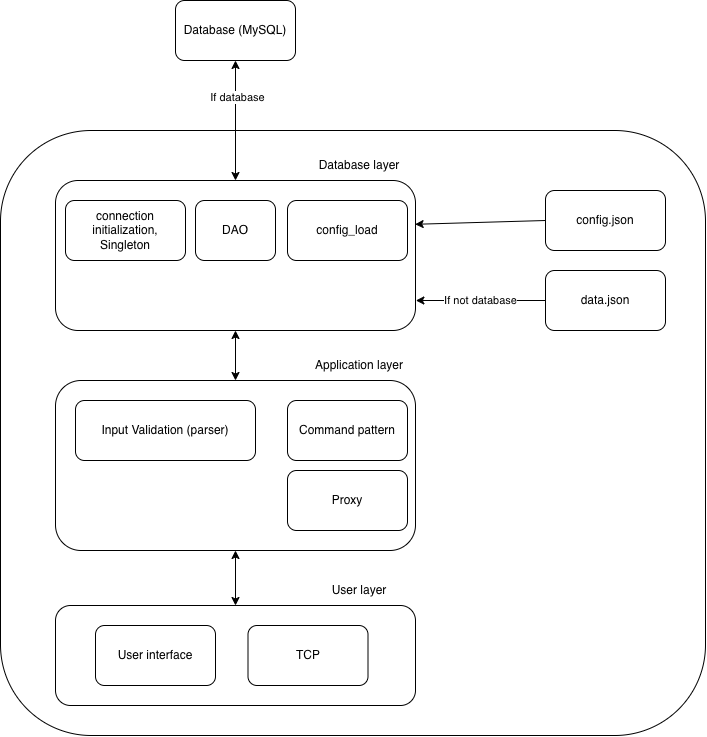
Bendy545/P2P-bank-system keeps this draw.io diagram as doc/app_design.png. Above is the earlier version. Source tidied: cells renumbered, new cells last; positions are measured from the earlier drawing's top-left corner, leaving out a move shared by most shapes. Source of this version:
```xml
<mxGraphModel>
  <root>
    <mxCell id="0" />
    <mxCell id="1" parent="0" />
    <mxCell id="2" style="rounded=1;whiteSpace=wrap;html=1;" parent="1" vertex="1">
      <mxGeometry y="130" width="705" height="605" as="geometry" />
    </mxCell>
    <mxCell id="3" style="rounded=1;whiteSpace=wrap;html=1;" parent="1" vertex="1">
      <mxGeometry x="55" y="180" width="360" height="150" as="geometry" />
    </mxCell>
    <mxCell id="4" value="Database layer" style="text;html=1;whiteSpace=wrap;strokeColor=none;fillColor=none;align=center;verticalAlign=middle;rounded=0;" parent="1" vertex="1">
      <mxGeometry x="311" y="150" width="96" height="30" as="geometry" />
    </mxCell>
    <mxCell id="5" style="rounded=1;whiteSpace=wrap;html=1;" parent="1" vertex="1">
      <mxGeometry x="55" y="380" width="360" height="170" as="geometry" />
    </mxCell>
    <mxCell id="6" value="Application layer" style="text;html=1;whiteSpace=wrap;strokeColor=none;fillColor=none;align=center;verticalAlign=middle;rounded=0;" parent="1" vertex="1">
      <mxGeometry x="311" y="350" width="96" height="30" as="geometry" />
    </mxCell>
    <mxCell id="7" style="rounded=1;whiteSpace=wrap;html=1;" parent="1" vertex="1">
      <mxGeometry x="55" y="605" width="360" height="100" as="geometry" />
    </mxCell>
    <mxCell id="8" value="User layer" style="text;html=1;whiteSpace=wrap;strokeColor=none;fillColor=none;align=center;verticalAlign=middle;rounded=0;" parent="1" vertex="1">
      <mxGeometry x="311" y="575" width="96" height="30" as="geometry" />
    </mxCell>
    <mxCell id="9" value="Database (MySQL)" style="rounded=1;whiteSpace=wrap;html=1;" parent="1" vertex="1">
      <mxGeometry x="175" width="120" height="60" as="geometry" />
    </mxCell>
    <mxCell id="10" style="endArrow=classic;startArrow=classic;html=1;rounded=0;exitX=0.5;exitY=0;exitDx=0;exitDy=0;entryX=0.5;entryY=1;entryDx=0;entryDy=0;" parent="1" edge="1" source="3" target="9">
      <mxGeometry relative="1" as="geometry" />
    </mxCell>
    <mxCell id="11" value="If database" style="edgeLabel;html=1;align=center;verticalAlign=middle;" parent="10" vertex="1">
      <mxGeometry x="0.4" y="-1" relative="1" as="geometry" />
    </mxCell>
    <mxCell id="12" value="config.json" style="rounded=1;whiteSpace=wrap;html=1;" parent="1" vertex="1">
      <mxGeometry x="545" y="190" width="120" height="60" as="geometry" />
    </mxCell>
    <mxCell id="13" style="endArrow=classic;html=1;rounded=0;entryX=0.999;entryY=0.292;entryDx=0;entryDy=0;exitX=0;exitY=0.5;exitDx=0;exitDy=0;entryPerimeter=0;" parent="1" edge="1" source="12" target="3">
      <mxGeometry relative="1" as="geometry" />
    </mxCell>
    <mxCell id="14" value="config_load" style="rounded=1;whiteSpace=wrap;html=1;" parent="1" vertex="1">
      <mxGeometry x="287" y="200" width="120" height="60" as="geometry" />
    </mxCell>
    <mxCell id="15" value="DAO" style="rounded=1;whiteSpace=wrap;html=1;" parent="1" vertex="1">
      <mxGeometry x="195" y="200" width="80" height="60" as="geometry" />
    </mxCell>
    <mxCell id="16" value="connection initialization,&lt;div&gt;Singleton&lt;/div&gt;" style="rounded=1;whiteSpace=wrap;html=1;" parent="1" vertex="1">
      <mxGeometry x="65" y="200" width="120" height="60" as="geometry" />
    </mxCell>
    <mxCell id="17" style="endArrow=classic;startArrow=classic;html=1;rounded=0;entryX=0.5;entryY=1;entryDx=0;entryDy=0;exitX=0.5;exitY=0;exitDx=0;exitDy=0;" parent="1" edge="1" source="5" target="3">
      <mxGeometry relative="1" as="geometry" />
    </mxCell>
    <mxCell id="18" value="Command pattern" style="rounded=1;whiteSpace=wrap;html=1;" parent="1" vertex="1">
      <mxGeometry x="287" y="400" width="120" height="60" as="geometry" />
    </mxCell>
    <mxCell id="19" value="Input Validation (parser)" style="rounded=1;whiteSpace=wrap;html=1;" parent="1" vertex="1">
      <mxGeometry x="75" y="400" width="180" height="60" as="geometry" />
    </mxCell>
    <mxCell id="20" value="TCP" style="rounded=1;whiteSpace=wrap;html=1;" parent="1" vertex="1">
      <mxGeometry x="247.5" y="625" width="120" height="60" as="geometry" />
    </mxCell>
    <mxCell id="21" value="User interface" style="rounded=1;whiteSpace=wrap;html=1;" parent="1" vertex="1">
      <mxGeometry x="95" y="625" width="120" height="60" as="geometry" />
    </mxCell>
    <mxCell id="22" style="endArrow=classic;startArrow=classic;html=1;rounded=0;exitX=0.5;exitY=0;exitDx=0;exitDy=0;entryX=0.5;entryY=1;entryDx=0;entryDy=0;" parent="1" edge="1" source="7" target="5">
      <mxGeometry relative="1" as="geometry" />
    </mxCell>
    <mxCell id="23" value="data.json" style="rounded=1;whiteSpace=wrap;html=1;" parent="1" vertex="1">
      <mxGeometry x="545" y="270" width="120" height="60" as="geometry" />
    </mxCell>
    <mxCell id="24" value="If not database" style="edgeStyle=orthogonalEdgeStyle;rounded=0;jettySize=auto;html=1;exitX=0;exitY=0.5;exitDx=0;exitDy=0;entryX=1.001;entryY=0.8;entryDx=0;entryDy=0;entryPerimeter=0;" parent="1" edge="1" source="23" target="3">
      <mxGeometry relative="1" as="geometry" />
    </mxCell>
    <mxCell id="25" value="Proxy" style="rounded=1;whiteSpace=wrap;html=1;" parent="1" vertex="1">
      <mxGeometry x="287" y="470" width="120" height="60" as="geometry" />
    </mxCell>
  </root>
</mxGraphModel>
```
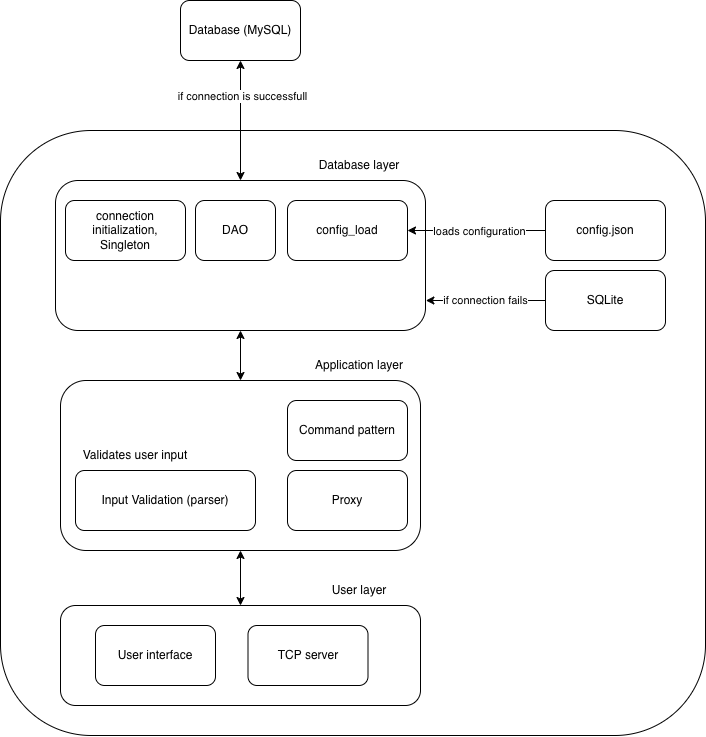
After the commit.

Change to the diagram source:
```diff
@@ -6,38 +6,43 @@
       <mxGeometry y="130" width="705" height="605" as="geometry" />
     </mxCell>
     <mxCell id="3" style="rounded=1;whiteSpace=wrap;html=1;" parent="1" vertex="1">
-      <mxGeometry x="55" y="180" width="360" height="150" as="geometry" />
+      <mxGeometry x="55" y="180" width="370" height="150" as="geometry" />
     </mxCell>
     <mxCell id="4" value="Database layer" style="text;html=1;whiteSpace=wrap;strokeColor=none;fillColor=none;align=center;verticalAlign=middle;rounded=0;" parent="1" vertex="1">
       <mxGeometry x="311" y="150" width="96" height="30" as="geometry" />
     </mxCell>
     <mxCell id="5" style="rounded=1;whiteSpace=wrap;html=1;" parent="1" vertex="1">
-      <mxGeometry x="55" y="380" width="360" height="170" as="geometry" />
+      <mxGeometry x="60" y="380" width="360" height="170" as="geometry" />
     </mxCell>
     <mxCell id="6" value="Application layer" style="text;html=1;whiteSpace=wrap;strokeColor=none;fillColor=none;align=center;verticalAlign=middle;rounded=0;" parent="1" vertex="1">
       <mxGeometry x="311" y="350" width="96" height="30" as="geometry" />
     </mxCell>
     <mxCell id="7" style="rounded=1;whiteSpace=wrap;html=1;" parent="1" vertex="1">
-      <mxGeometry x="55" y="605" width="360" height="100" as="geometry" />
+      <mxGeometry x="60" y="605" width="360" height="100" as="geometry" />
     </mxCell>
     <mxCell id="8" value="User layer" style="text;html=1;whiteSpace=wrap;strokeColor=none;fillColor=none;align=center;verticalAlign=middle;rounded=0;" parent="1" vertex="1">
       <mxGeometry x="311" y="575" width="96" height="30" as="geometry" />
     </mxCell>
     <mxCell id="9" value="Database (MySQL)" style="rounded=1;whiteSpace=wrap;html=1;" parent="1" vertex="1">
-      <mxGeometry x="175" width="120" height="60" as="geometry" />
+      <mxGeometry x="180" width="120" height="60" as="geometry" />
     </mxCell>
     <mxCell id="10" style="endArrow=classic;startArrow=classic;html=1;rounded=0;exitX=0.5;exitY=0;exitDx=0;exitDy=0;entryX=0.5;entryY=1;entryDx=0;entryDy=0;" parent="1" edge="1" source="3" target="9">
       <mxGeometry relative="1" as="geometry" />
     </mxCell>
-    <mxCell id="11" value="If database" style="edgeLabel;html=1;align=center;verticalAlign=middle;" parent="10" vertex="1">
+    <mxCell id="11" value="if connection is successfull" style="edgeLabel;html=1;align=center;verticalAlign=middle;" parent="10" vertex="1">
       <mxGeometry x="0.4" y="-1" relative="1" as="geometry" />
     </mxCell>
     <mxCell id="12" value="config.json" style="rounded=1;whiteSpace=wrap;html=1;" parent="1" vertex="1">
-      <mxGeometry x="545" y="190" width="120" height="60" as="geometry" />
+      <mxGeometry x="545" y="200" width="120" height="60" as="geometry" />
     </mxCell>
-    <mxCell id="13" style="endArrow=classic;html=1;rounded=0;entryX=0.999;entryY=0.292;entryDx=0;entryDy=0;exitX=0;exitY=0.5;exitDx=0;exitDy=0;entryPerimeter=0;" parent="1" edge="1" source="12" target="3">
+    <mxCell id="13" style="endArrow=classic;html=1;rounded=0;entryX=1;entryY=0.5;entryDx=0;entryDy=0;exitX=0;exitY=0.5;exitDx=0;exitDy=0;" parent="1" edge="1" source="12" target="14">
       <mxGeometry relative="1" as="geometry" />
     </mxCell>
+    <mxCell id="26" value="loads configuration" style="edgeLabel;html=1;align=center;verticalAlign=middle;" parent="13" vertex="1">
+      <mxGeometry x="0.33" y="-1" relative="1" as="geometry">
+        <mxPoint x="25" y="1" as="offset" />
+      </mxGeometry>
+    </mxCell>
     <mxCell id="14" value="config_load" style="rounded=1;whiteSpace=wrap;html=1;" parent="1" vertex="1">
       <mxGeometry x="287" y="200" width="120" height="60" as="geometry" />
     </mxCell>
@@ -54,9 +59,9 @@
       <mxGeometry x="287" y="400" width="120" height="60" as="geometry" />
     </mxCell>
     <mxCell id="19" value="Input Validation (parser)" style="rounded=1;whiteSpace=wrap;html=1;" parent="1" vertex="1">
-      <mxGeometry x="75" y="400" width="180" height="60" as="geometry" />
+      <mxGeometry x="75" y="470" width="180" height="60" as="geometry" />
     </mxCell>
-    <mxCell id="20" value="TCP" style="rounded=1;whiteSpace=wrap;html=1;" parent="1" vertex="1">
+    <mxCell id="20" value="TCP server" style="rounded=1;whiteSpace=wrap;html=1;" parent="1" vertex="1">
       <mxGeometry x="247.5" y="625" width="120" height="60" as="geometry" />
     </mxCell>
     <mxCell id="21" value="User interface" style="rounded=1;whiteSpace=wrap;html=1;" parent="1" vertex="1">
@@ -65,14 +70,17 @@
     <mxCell id="22" style="endArrow=classic;startArrow=classic;html=1;rounded=0;exitX=0.5;exitY=0;exitDx=0;exitDy=0;entryX=0.5;entryY=1;entryDx=0;entryDy=0;" parent="1" edge="1" source="7" target="5">
       <mxGeometry relative="1" as="geometry" />
     </mxCell>
-    <mxCell id="23" value="data.json" style="rounded=1;whiteSpace=wrap;html=1;" parent="1" vertex="1">
+    <mxCell id="23" value="SQLite" style="rounded=1;whiteSpace=wrap;html=1;" parent="1" vertex="1">
       <mxGeometry x="545" y="270" width="120" height="60" as="geometry" />
     </mxCell>
-    <mxCell id="24" value="If not database" style="edgeStyle=orthogonalEdgeStyle;rounded=0;jettySize=auto;html=1;exitX=0;exitY=0.5;exitDx=0;exitDy=0;entryX=1.001;entryY=0.8;entryDx=0;entryDy=0;entryPerimeter=0;" parent="1" edge="1" source="23" target="3">
-      <mxGeometry relative="1" as="geometry" />
+    <mxCell id="24" value="if connection fails" style="edgeStyle=orthogonalEdgeStyle;rounded=0;jettySize=auto;html=1;exitX=0;exitY=0.5;exitDx=0;exitDy=0;entryX=1.001;entryY=0.8;entryDx=0;entryDy=0;entryPerimeter=0;" parent="1" edge="1" source="23" target="3">
+      <mxGeometry x="-0.01" relative="1" as="geometry" />
     </mxCell>
     <mxCell id="25" value="Proxy" style="rounded=1;whiteSpace=wrap;html=1;" parent="1" vertex="1">
       <mxGeometry x="287" y="470" width="120" height="60" as="geometry" />
     </mxCell>
+    <mxCell id="27" value="Validates user input" style="text;html=1;whiteSpace=wrap;strokeColor=none;fillColor=none;align=center;verticalAlign=middle;rounded=0;" parent="1" vertex="1">
+      <mxGeometry x="75" y="440" width="120" height="30" as="geometry" />
+    </mxCell>
   </root>
 </mxGraphModel>
```
